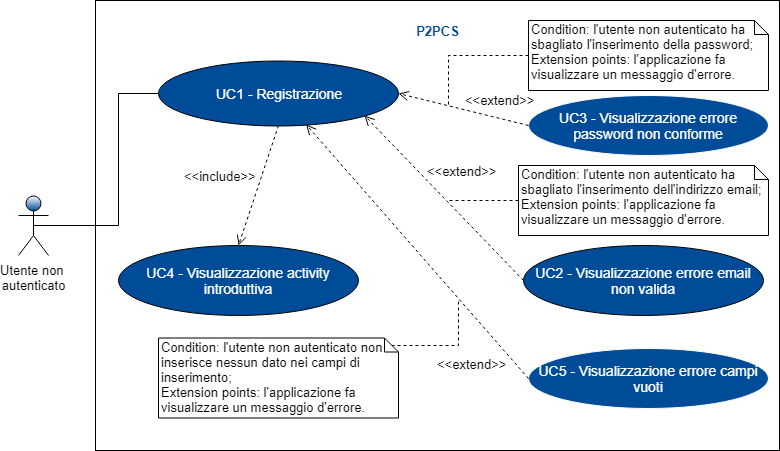
Before: RR/Esterni/Analisi_dei_requisiti/res/images/Schemagenerale1.png, a diagram exported from draw.io (ZeusCode17/P2PCS). Source tidied: cells renumbered, new cells last; positions are measured from the earlier drawing's top-left corner, leaving out a move shared by most shapes.
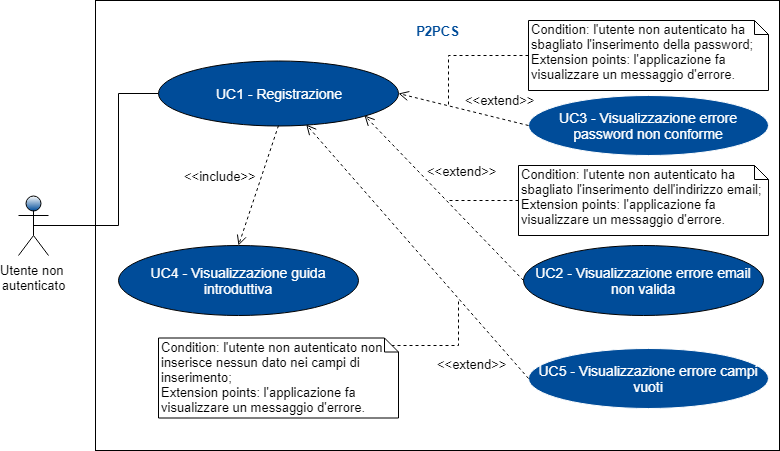
The same diagram one commit later.

The edit, as a diff of the source:
```diff
@@ -28,7 +28,7 @@
     <mxCell id="8" value="P2PCS" style="text;html=1;strokeColor=none;fillColor=none;align=center;verticalAlign=middle;whiteSpace=wrap;rounded=0;fontSize=13;fontStyle=1;fontColor=#004C99;" parent="1" vertex="1">
       <mxGeometry x="382.5" y="20" width="73" height="20" as="geometry" />
     </mxCell>
-    <mxCell id="9" value="UC4 - Visualizzazione activity introduttiva" style="ellipse;whiteSpace=wrap;html=1;fontSize=14;fontColor=#FFFFFF;fillColor=#004C99;" parent="1" vertex="1">
+    <mxCell id="9" value="UC4 - Visualizzazione guida introduttiva" style="ellipse;whiteSpace=wrap;html=1;fontSize=14;fontColor=#FFFFFF;fillColor=#004C99;" parent="1" vertex="1">
       <mxGeometry x="100" y="245" width="240" height="70" as="geometry" />
     </mxCell>
     <mxCell id="10" value="&amp;lt;&amp;lt;extend&amp;gt;&amp;gt;&lt;br&gt;" style="html=1;verticalAlign=bottom;endArrow=open;dashed=1;endSize=8;fontSize=13;fontColor=#000000;entryX=1;entryY=0.5;entryDx=0;entryDy=0;exitX=0;exitY=0.5;exitDx=0;exitDy=0;labelPosition=right;verticalLabelPosition=top;align=left;" parent="1" edge="1" source="7" target="5">
```
